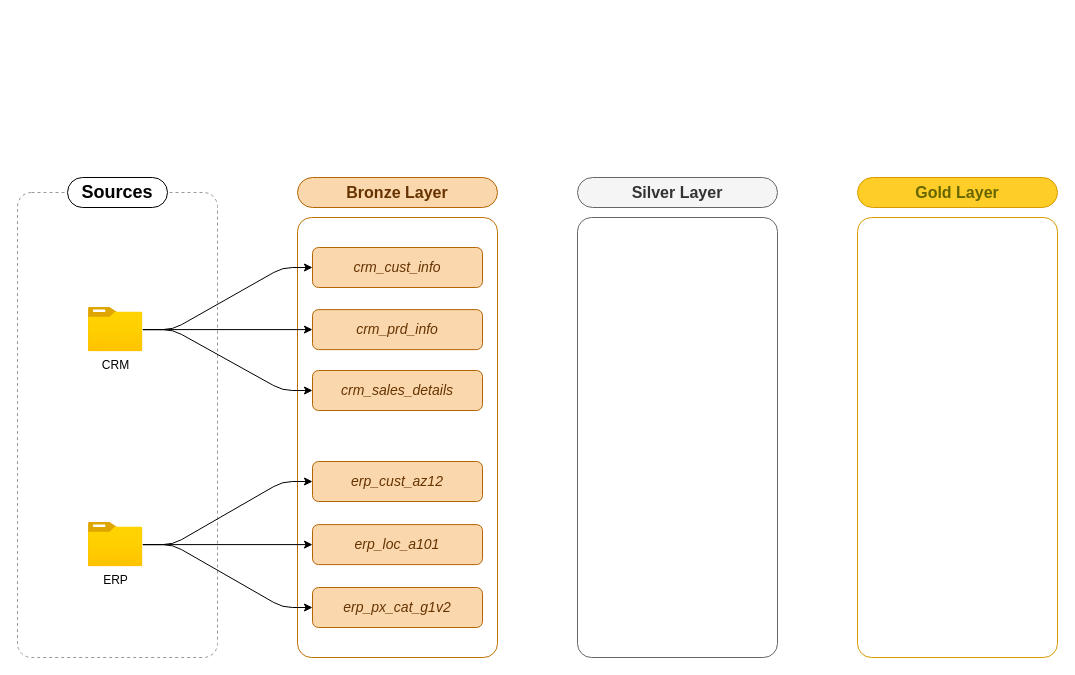
Before: page "Data Flow Diagram" (2 of 4) of docs/warehouse-architecture.drawio in sohaib-atef/sql-data-warehouse-project, a draw.io diagram. Source tidied: cells renumbered, new cells numbered last; positions are measured from the earlier drawing's top-left corner, leaving out a move shared by most shapes. Both pictures are drawn from the tidied source at 100%, with x=0, y=0 at pixel (17, 177).
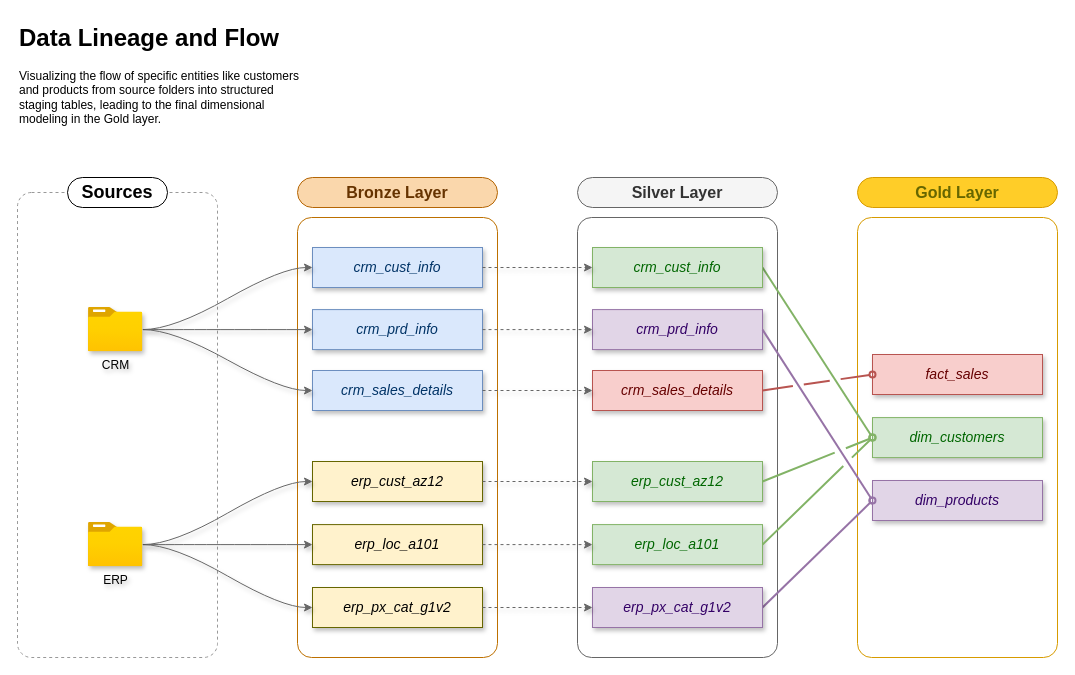
After the change.

Commit message (it also covers changes not shown here):
Finalized the data catalog, naming and the architechure diagrmas on drawio and exported the diagrams to an HTML file

The edit, as a diff of the source:
```diff
@@
-    <mxCell id="5" style="rounded=1;whiteSpace=wrap;html=1;fillColor=none;strokeColor=#BD7000;fontColor=#000000;arcSize=7;" parent="1" vertex="1">
+    <mxCell id="5" style="rounded=1;whiteSpace=wrap;html=1;fillColor=default;strokeColor=#BD7000;fontColor=#000000;arcSize=7;" parent="1" vertex="1">
       <mxGeometry x="280" y="40" width="200" height="440" as="geometry" />
     </mxCell>
-    <mxCell id="6" style="group;" parent="1" vertex="1">
-      <mxGeometry x="70.9" y="130" width="58.2" height="50" as="geometry" />
-    </mxCell>
-    <mxCell id="7" value="CRM" style="image;html=1;points=[];align=center;fontSize=12;image=img/lib/azure2/general/Folder_Blank.svg;fontStyle=0;" parent="6" vertex="1">
-      <mxGeometry width="54.5" height="44.2" as="geometry" />
-    </mxCell>
-    <mxCell id="8" style="group;" parent="1" vertex="1">
-      <mxGeometry x="70.9" y="345" width="58.2" height="50" as="geometry" />
-    </mxCell>
-    <mxCell id="9" value="&lt;span style=&quot;font-weight: normal;&quot;&gt;ERP&lt;/span&gt;" style="image;html=1;points=[];align=center;fontSize=12;image=img/lib/azure2/general/Folder_Blank.svg;fontStyle=1;" parent="8" vertex="1">
-      <mxGeometry width="54.5" height="44.2" as="geometry" />
-    </mxCell>
@@
-    <mxCell id="11" style="rounded=1;whiteSpace=wrap;html=1;fillColor=none;strokeColor=#666666;fontColor=#333333;arcSize=7;" parent="1" vertex="1">
+    <mxCell id="11" style="rounded=1;whiteSpace=wrap;html=1;fillColor=default;strokeColor=#666666;fontColor=#333333;arcSize=7;" parent="1" vertex="1">
       <mxGeometry x="560" y="40" width="200" height="440" as="geometry" />
     </mxCell>
@@
-    <mxCell id="13" style="rounded=1;whiteSpace=wrap;html=1;fillColor=none;strokeColor=#d79b00;arcSize=7;gradientColor=#ffa500;" parent="1" vertex="1">
+    <mxCell id="13" style="rounded=1;whiteSpace=wrap;html=1;fillColor=default;strokeColor=#d79b00;arcSize=7;gradientColor=none;" parent="1" vertex="1">
       <mxGeometry x="840" y="40" width="200" height="440" as="geometry" />
     </mxCell>
-    <mxCell id="14" value="crm_cust_info" style="rounded=1;whiteSpace=wrap;html=1;fillColor=#fad7ac;strokeColor=#b46504;fontSize=14;fontStyle=2;fontColor=#663300;" parent="1" vertex="1">
+    <mxCell id="14" value="crm_cust_info" style="rounded=0;whiteSpace=wrap;html=1;fillColor=#dae8fc;strokeColor=#6c8ebf;fontSize=14;fontStyle=2;shadow=1;textShadow=0;fontColor=#003366;" parent="1" vertex="1">
       <mxGeometry x="295" y="70" width="170" height="40" as="geometry" />
     </mxCell>
-    <mxCell id="15" value="crm_sales_details" style="rounded=1;whiteSpace=wrap;html=1;fillColor=#fad7ac;strokeColor=#b46504;fontSize=14;fontStyle=2;fontColor=#663300;" parent="1" vertex="1">
+    <mxCell id="15" value="crm_sales_details" style="rounded=0;whiteSpace=wrap;html=1;fillColor=#dae8fc;strokeColor=#6c8ebf;fontSize=14;fontStyle=2;shadow=1;textShadow=0;fontColor=#003366;" parent="1" vertex="1">
       <mxGeometry x="295" y="193" width="170" height="40" as="geometry" />
     </mxCell>
-    <mxCell id="16" value="crm_prd_info" style="rounded=1;whiteSpace=wrap;html=1;fillColor=#fad7ac;strokeColor=#b46504;fontSize=14;fontStyle=2;fontColor=#663300;" parent="1" vertex="1">
+    <mxCell id="16" value="crm_prd_info" style="rounded=0;whiteSpace=wrap;html=1;fillColor=#dae8fc;strokeColor=#6c8ebf;fontSize=14;fontStyle=2;shadow=1;textShadow=0;fontColor=#003366;" parent="1" vertex="1">
       <mxGeometry x="295" y="132.1" width="170" height="40" as="geometry" />
     </mxCell>
-    <mxCell id="17" value="erp_cust_az12" style="rounded=1;whiteSpace=wrap;html=1;fillColor=#fad7ac;strokeColor=#b46504;fontSize=14;fontStyle=2;fontColor=#663300;" parent="1" vertex="1">
+    <mxCell id="17" value="erp_cust_az12" style="rounded=0;whiteSpace=wrap;html=1;fillColor=#fff2cc;strokeColor=#666600;fontSize=14;fontStyle=2;textShadow=0;shadow=1;" parent="1" vertex="1">
       <mxGeometry x="295" y="284" width="170" height="40" as="geometry" />
     </mxCell>
-    <mxCell id="18" value="erp_loc_a101" style="rounded=1;whiteSpace=wrap;html=1;fillColor=#fad7ac;strokeColor=#b46504;fontSize=14;fontStyle=2;fontColor=#663300;" parent="1" vertex="1">
+    <mxCell id="18" value="erp_loc_a101" style="rounded=0;whiteSpace=wrap;html=1;fillColor=#fff2cc;strokeColor=#666600;fontSize=14;fontStyle=2;textShadow=0;shadow=1;" parent="1" vertex="1">
       <mxGeometry x="295" y="347.1" width="170" height="40" as="geometry" />
     </mxCell>
-    <mxCell id="19" value="erp_px_cat_g1v2" style="rounded=1;whiteSpace=wrap;html=1;fillColor=#fad7ac;strokeColor=#b46504;fontSize=14;fontStyle=2;fontColor=#663300;" parent="1" vertex="1">
+    <mxCell id="19" value="erp_px_cat_g1v2" style="rounded=0;whiteSpace=wrap;html=1;fillColor=#fff2cc;strokeColor=#666600;fontSize=14;fontStyle=2;textShadow=0;shadow=1;" parent="1" vertex="1">
       <mxGeometry x="295" y="410" width="170" height="40" as="geometry" />
     </mxCell>
-    <mxCell id="20" style="edgeStyle=entityRelationEdgeStyle;rounded=1;jettySize=auto;html=1;entryX=0;entryY=0.5;entryDx=0;entryDy=0;" parent="1" edge="1" source="7" target="14">
+    <mxCell id="20" style="edgeStyle=entityRelationEdgeStyle;rounded=0;jettySize=auto;html=1;entryX=0;entryY=0.5;entryDx=0;entryDy=0;fillColor=#f5f5f5;strokeColor=#666666;shadow=1;curved=1;" parent="1" edge="1" source="7" target="14">
       <mxGeometry relative="1" as="geometry" />
     </mxCell>
-    <mxCell id="21" style="edgeStyle=orthogonalEdgeStyle;rounded=1;jettySize=auto;html=1;entryX=0;entryY=0.5;entryDx=0;entryDy=0;curved=0;" parent="1" edge="1" source="7" target="16">
+    <mxCell id="21" style="edgeStyle=orthogonalEdgeStyle;rounded=0;jettySize=auto;html=1;entryX=0;entryY=0.5;entryDx=0;entryDy=0;curved=1;fillColor=#f5f5f5;strokeColor=#666666;shadow=1;" parent="1" edge="1" source="7" target="16">
       <mxGeometry relative="1" as="geometry" />
     </mxCell>
-    <mxCell id="22" style="edgeStyle=entityRelationEdgeStyle;rounded=1;jettySize=auto;html=1;entryX=0;entryY=0.5;entryDx=0;entryDy=0;" parent="1" edge="1" source="7" target="15">
+    <mxCell id="22" style="edgeStyle=entityRelationEdgeStyle;rounded=0;jettySize=auto;html=1;entryX=0;entryY=0.5;entryDx=0;entryDy=0;fillColor=#f5f5f5;strokeColor=#666666;shadow=1;curved=1;" parent="1" edge="1" source="7" target="15">
       <mxGeometry relative="1" as="geometry" />
     </mxCell>
-    <mxCell id="23" style="edgeStyle=entityRelationEdgeStyle;rounded=1;jettySize=auto;html=1;entryX=0;entryY=0.5;entryDx=0;entryDy=0;" parent="1" edge="1" source="9" target="17">
+    <mxCell id="23" style="edgeStyle=entityRelationEdgeStyle;rounded=0;jettySize=auto;html=1;entryX=0;entryY=0.5;entryDx=0;entryDy=0;fillColor=#f5f5f5;strokeColor=#666666;shadow=1;curved=1;" parent="1" edge="1" source="9" target="17">
       <mxGeometry relative="1" as="geometry" />
     </mxCell>
-    <mxCell id="24" style="edgeStyle=orthogonalEdgeStyle;rounded=1;jettySize=auto;html=1;entryX=0;entryY=0.5;entryDx=0;entryDy=0;curved=0;" parent="1" edge="1" source="9" target="18">
+    <mxCell id="24" style="edgeStyle=orthogonalEdgeStyle;rounded=0;jettySize=auto;html=1;entryX=0;entryY=0.5;entryDx=0;entryDy=0;curved=1;fillColor=#f5f5f5;strokeColor=#666666;shadow=1;" parent="1" edge="1" source="9" target="18">
       <mxGeometry relative="1" as="geometry" />
     </mxCell>
-    <mxCell id="25" style="edgeStyle=entityRelationEdgeStyle;rounded=1;jettySize=auto;html=1;entryX=0;entryY=0.5;entryDx=0;entryDy=0;" parent="1" edge="1" source="9" target="19">
+    <mxCell id="25" style="edgeStyle=entityRelationEdgeStyle;rounded=0;jettySize=auto;html=1;entryX=0;entryY=0.5;entryDx=0;entryDy=0;fillColor=#f5f5f5;strokeColor=#666666;shadow=1;curved=1;" parent="1" edge="1" source="9" target="19">
       <mxGeometry relative="1" as="geometry" />
     </mxCell>
+    <mxCell id="26" style="rounded=1;jettySize=auto;html=1;exitX=1;exitY=0.5;exitDx=0;exitDy=0;entryX=0;entryY=0.5;entryDx=0;entryDy=0;fillColor=#d5e8d4;strokeColor=#82b366;strokeWidth=2;shadow=0;endArrow=oval;endFill=0;jumpStyle=gap;jumpSize=10;textShadow=0;" parent="1" edge="1" source="27" target="36">
+      <mxGeometry relative="1" as="geometry" />
+    </mxCell>
+    <mxCell id="27" value="crm_cust_info" style="rounded=0;whiteSpace=wrap;html=1;fillColor=#d5e8d4;strokeColor=#82b366;fontSize=14;fontStyle=2;shadow=1;textShadow=0;fontColor=#006600;" parent="1" vertex="1">
+      <mxGeometry x="575" y="70" width="170" height="40" as="geometry" />
+    </mxCell>
+    <mxCell id="28" value="crm_sales_details" style="rounded=0;whiteSpace=wrap;html=1;fillColor=#f8cecc;strokeColor=#b85450;fontSize=14;fontStyle=2;shadow=1;textShadow=0;fontColor=#660000;" parent="1" vertex="1">
+      <mxGeometry x="575" y="193" width="170" height="40" as="geometry" />
+    </mxCell>
+    <mxCell id="29" value="crm_prd_info" style="rounded=0;whiteSpace=wrap;html=1;fillColor=#e1d5e7;strokeColor=#9673a6;fontSize=14;fontStyle=2;shadow=1;textShadow=0;fontColor=#330066;" parent="1" vertex="1">
+      <mxGeometry x="575" y="132.1" width="170" height="40" as="geometry" />
+    </mxCell>
+    <mxCell id="30" value="erp_cust_az12" style="rounded=0;whiteSpace=wrap;html=1;fillColor=#d5e8d4;strokeColor=#82b366;fontSize=14;fontStyle=2;shadow=1;textShadow=0;fontColor=#006600;" parent="1" vertex="1">
+      <mxGeometry x="575" y="284" width="170" height="40" as="geometry" />
+    </mxCell>
+    <mxCell id="31" value="erp_loc_a101" style="rounded=0;whiteSpace=wrap;html=1;fillColor=#d5e8d4;strokeColor=#82b366;fontSize=14;fontStyle=2;shadow=1;textShadow=0;fontColor=#006600;" parent="1" vertex="1">
+      <mxGeometry x="575" y="347.1" width="170" height="40" as="geometry" />
+    </mxCell>
+    <mxCell id="32" style="rounded=1;jettySize=auto;html=1;exitX=1;exitY=0.5;exitDx=0;exitDy=0;entryX=0;entryY=0.5;entryDx=0;entryDy=0;jumpStyle=gap;jumpSize=10;fillColor=#e1d5e7;strokeColor=#9673a6;strokeWidth=2;shadow=0;endArrow=oval;endFill=0;textShadow=0;" parent="1" edge="1" source="33" target="37">
+      <mxGeometry relative="1" as="geometry" />
+    </mxCell>
+    <mxCell id="33" value="erp_px_cat_g1v2" style="rounded=0;whiteSpace=wrap;html=1;fillColor=#e1d5e7;strokeColor=#9673a6;fontSize=14;fontStyle=2;shadow=1;textShadow=0;fontColor=#330066;" parent="1" vertex="1">
+      <mxGeometry x="575" y="410" width="170" height="40" as="geometry" />
+    </mxCell>
+    <mxCell id="9" value="&lt;span style=&quot;font-weight: normal;&quot;&gt;ERP&lt;/span&gt;" style="image;html=1;points=[];align=center;fontSize=12;image=img/lib/azure2/general/Folder_Blank.svg;fontStyle=1;shadow=1;textShadow=1;labelBackgroundColor=none;" parent="1" vertex="1">
+      <mxGeometry x="70.9" y="345" width="54.5" height="44.2" as="geometry" />
+    </mxCell>
+    <mxCell id="7" value="CRM" style="image;html=1;points=[];align=center;fontSize=12;image=img/lib/azure2/general/Folder_Blank.svg;fontStyle=0;shadow=1;textShadow=1;labelBackgroundColor=none;" parent="1" vertex="1">
+      <mxGeometry x="70.9" y="130" width="54.5" height="44.2" as="geometry" />
+    </mxCell>
+    <mxCell id="34" value="&lt;h1 style=&quot;margin-top: 0px;&quot;&gt;Data Lineage and Flow&lt;/h1&gt;&lt;p&gt;Visualizing the flow of specific entities like customers and products from source folders into structured staging tables, leading to the final dimensional modeling in the Gold layer.&lt;/p&gt;" style="text;html=1;whiteSpace=wrap;overflow=hidden;rounded=0;" parent="1" vertex="1">
+      <mxGeometry y="-160" width="290" height="120" as="geometry" />
+    </mxCell>
+    <mxCell id="35" value="fact_sales" style="rounded=0;whiteSpace=wrap;html=1;fillColor=#f8cecc;strokeColor=#b85450;fontSize=14;fontStyle=2;shadow=1;textShadow=0;fontColor=#660000;" parent="1" vertex="1">
+      <mxGeometry x="855" y="177" width="170" height="40" as="geometry" />
+    </mxCell>
+    <mxCell id="36" value="dim_customers" style="rounded=0;whiteSpace=wrap;html=1;fillColor=#d5e8d4;strokeColor=#82b366;fontSize=14;fontStyle=2;shadow=1;textShadow=0;fontColor=#006600;" parent="1" vertex="1">
+      <mxGeometry x="855" y="240.1" width="170" height="40" as="geometry" />
+    </mxCell>
+    <mxCell id="37" value="dim_products" style="rounded=0;whiteSpace=wrap;html=1;fillColor=#e1d5e7;strokeColor=#9673a6;fontSize=14;fontStyle=2;shadow=1;textShadow=0;fontColor=#330066;" parent="1" vertex="1">
+      <mxGeometry x="855" y="303" width="170" height="40" as="geometry" />
+    </mxCell>
+    <mxCell id="38" style="rounded=1;jettySize=auto;html=1;exitX=1;exitY=0.5;exitDx=0;exitDy=0;entryX=0;entryY=0.5;entryDx=0;entryDy=0;fillColor=#e1d5e7;strokeColor=#9673a6;strokeWidth=2;jumpStyle=gap;jumpSize=10;shadow=0;endArrow=oval;endFill=0;textShadow=0;" parent="1" edge="1" source="29" target="37">
+      <mxGeometry relative="1" as="geometry" />
+    </mxCell>
+    <mxCell id="39" style="rounded=1;jettySize=auto;html=1;exitX=1;exitY=0.5;exitDx=0;exitDy=0;entryX=0;entryY=0.5;entryDx=0;entryDy=0;shadow=0;endArrow=oval;endFill=0;fillColor=#f8cecc;strokeColor=#b85450;jumpStyle=gap;jumpSize=9;strokeWidth=2;textShadow=0;" parent="1" edge="1" source="28" target="35">
+      <mxGeometry relative="1" as="geometry" />
+    </mxCell>
+    <mxCell id="40" style="rounded=1;jettySize=auto;html=1;exitX=1;exitY=0.5;exitDx=0;exitDy=0;entryX=0;entryY=0.5;entryDx=0;entryDy=0;fillColor=#d5e8d4;strokeColor=#82b366;strokeWidth=2;jumpStyle=gap;jumpSize=10;shadow=0;endArrow=oval;endFill=0;textShadow=0;" parent="1" edge="1" source="31" target="36">
+      <mxGeometry relative="1" as="geometry" />
+    </mxCell>
+    <mxCell id="41" style="rounded=1;jettySize=auto;html=1;exitX=1;exitY=0.5;exitDx=0;exitDy=0;entryX=0;entryY=0.5;entryDx=0;entryDy=0;shadow=0;fillColor=#d5e8d4;strokeColor=#82b366;endArrow=oval;endFill=0;jumpStyle=gap;jumpSize=10;strokeWidth=2;textShadow=0;" parent="1" edge="1" source="30" target="36">
+      <mxGeometry relative="1" as="geometry" />
+    </mxCell>
+    <mxCell id="42" style="edgeStyle=orthogonalEdgeStyle;rounded=1;jettySize=auto;html=1;exitX=1;exitY=0.5;exitDx=0;exitDy=0;entryX=0;entryY=0.5;entryDx=0;entryDy=0;curved=0;fillColor=#f5f5f5;strokeColor=#666666;shadow=1;dashed=1;textShadow=0;" parent="1" edge="1" source="14" target="27">
+      <mxGeometry relative="1" as="geometry" />
+    </mxCell>
+    <mxCell id="43" style="edgeStyle=orthogonalEdgeStyle;rounded=1;jettySize=auto;html=1;exitX=1;exitY=0.5;exitDx=0;exitDy=0;entryX=0;entryY=0.5;entryDx=0;entryDy=0;curved=0;fillColor=#f5f5f5;strokeColor=#666666;shadow=1;dashed=1;textShadow=0;" parent="1" edge="1" source="15" target="28">
+      <mxGeometry relative="1" as="geometry" />
+    </mxCell>
+    <mxCell id="44" style="edgeStyle=orthogonalEdgeStyle;rounded=1;jettySize=auto;html=1;exitX=1;exitY=0.5;exitDx=0;exitDy=0;entryX=0;entryY=0.5;entryDx=0;entryDy=0;curved=0;fillColor=#f5f5f5;strokeColor=#666666;shadow=1;dashed=1;textShadow=0;" parent="1" edge="1" source="16" target="29">
+      <mxGeometry relative="1" as="geometry" />
+    </mxCell>
+    <mxCell id="45" style="edgeStyle=orthogonalEdgeStyle;rounded=1;jettySize=auto;html=1;exitX=1;exitY=0.5;exitDx=0;exitDy=0;entryX=0;entryY=0.5;entryDx=0;entryDy=0;curved=0;fillColor=#f5f5f5;strokeColor=#666666;shadow=1;dashed=1;textShadow=0;" parent="1" edge="1" source="17" target="30">
+      <mxGeometry relative="1" as="geometry" />
+    </mxCell>
+    <mxCell id="46" style="edgeStyle=orthogonalEdgeStyle;rounded=1;jettySize=auto;html=1;exitX=1;exitY=0.5;exitDx=0;exitDy=0;entryX=0;entryY=0.5;entryDx=0;entryDy=0;curved=0;fillColor=#f5f5f5;strokeColor=#666666;shadow=1;dashed=1;textShadow=0;" parent="1" edge="1" source="18" target="31">
+      <mxGeometry relative="1" as="geometry" />
+    </mxCell>
+    <mxCell id="47" style="edgeStyle=orthogonalEdgeStyle;rounded=1;jettySize=auto;html=1;exitX=1;exitY=0.5;exitDx=0;exitDy=0;entryX=0;entryY=0.5;entryDx=0;entryDy=0;curved=0;fillColor=#f5f5f5;strokeColor=#666666;shadow=1;dashed=1;textShadow=0;" parent="1" edge="1" source="19" target="33">
+      <mxGeometry relative="1" as="geometry" />
+    </mxCell>
```
